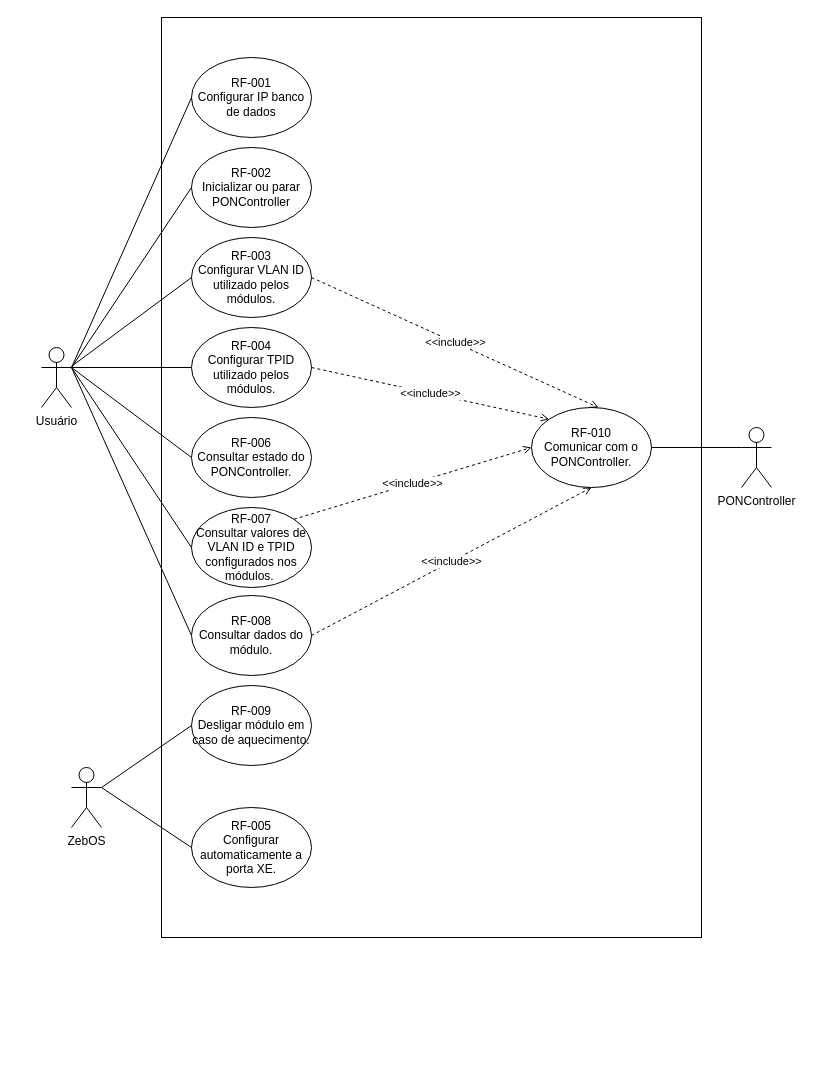
The draw.io diagram casos de uso.drawio in rodolfovick/requisitos, before the edit. Source tidied: cells renumbered, new cells numbered last; positions are measured from the earlier drawing's top-left corner, leaving out a move shared by most shapes. Both pictures are drawn from the tidied source at 100%, with x=0, y=0 at pixel (41, 17).
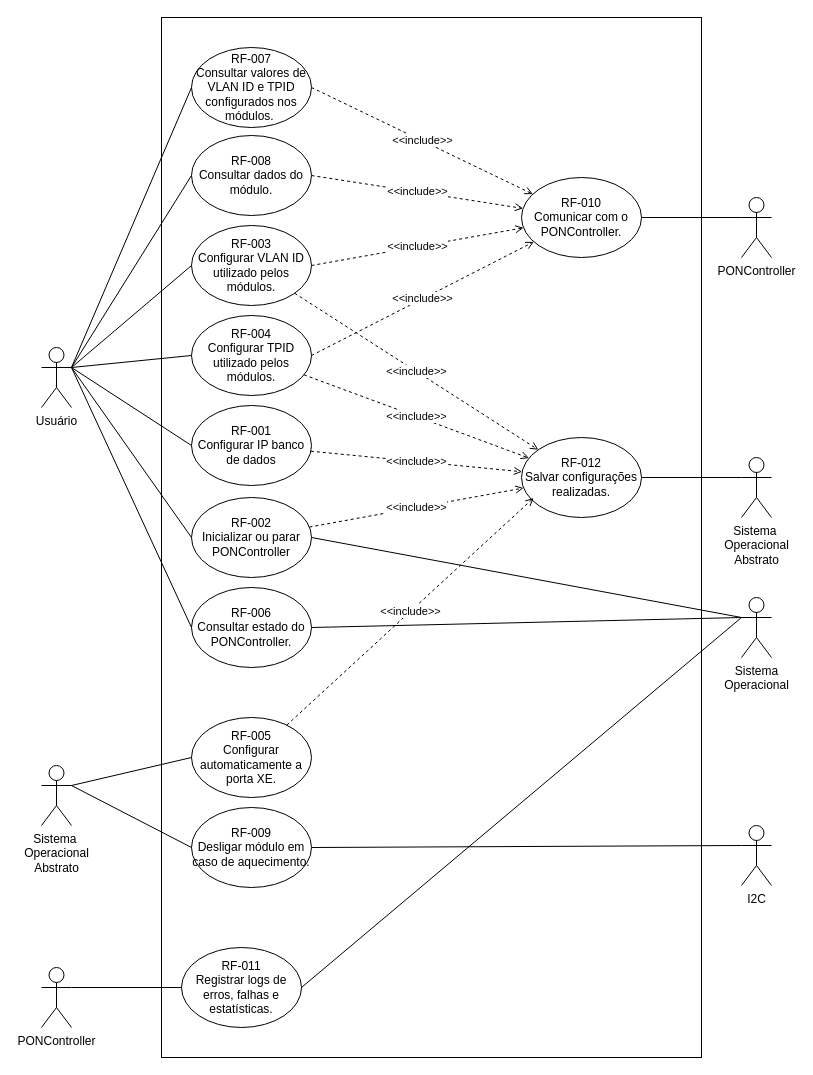
The same diagram, later.

Commit message:
Adicionando mais casos de uso.

Unchanged cells that the change refers to:
```xml
<mxCell id="3" value="Usuário&lt;br&gt;" style="shape=umlActor;verticalLabelPosition=bottom;verticalAlign=top;html=1;outlineConnect=0;fillColor=none;" parent="1" vertex="1">
  <mxGeometry y="330" width="30" height="60" as="geometry" />
</mxCell>
```

Diff of the diagram source:
```diff
@@
     <mxCell id="2" style="rounded=0;whiteSpace=wrap;html=1;fillColor=none;" parent="1" vertex="1">
-      <mxGeometry x="120" width="540" height="920" as="geometry" />
+      <mxGeometry x="120" width="540" height="1040" as="geometry" />
     </mxCell>
@@
     <mxCell id="4" value="RF-001&lt;br&gt;Configurar IP banco de dados" style="ellipse;whiteSpace=wrap;html=1;fillColor=none;" parent="1" vertex="1">
-      <mxGeometry x="150" y="40" width="120" height="80" as="geometry" />
+      <mxGeometry x="150" y="388" width="120" height="80" as="geometry" />
     </mxCell>
     <mxCell id="5" value="RF-002&lt;br&gt;Inicializar ou parar PONController" style="ellipse;whiteSpace=wrap;html=1;fillColor=none;" parent="1" vertex="1">
-      <mxGeometry x="150" y="130" width="120" height="80" as="geometry" />
+      <mxGeometry x="150" y="480" width="120" height="80" as="geometry" />
     </mxCell>
     <mxCell id="6" value="RF-003&lt;br&gt;Configurar VLAN ID utilizado pelos módulos." style="ellipse;whiteSpace=wrap;html=1;fillColor=none;" parent="1" vertex="1">
-      <mxGeometry x="150" y="220" width="120" height="80" as="geometry" />
+      <mxGeometry x="150" y="208" width="120" height="80" as="geometry" />
     </mxCell>
     <mxCell id="7" value="RF-004&lt;br&gt;Configurar TPID utilizado pelos módulos." style="ellipse;whiteSpace=wrap;html=1;fillColor=none;" parent="1" vertex="1">
-      <mxGeometry x="150" y="310" width="120" height="80" as="geometry" />
+      <mxGeometry x="150" y="298" width="120" height="80" as="geometry" />
     </mxCell>
     <mxCell id="8" value="RF-005&lt;br&gt;Configurar automaticamente a porta XE." style="ellipse;whiteSpace=wrap;html=1;fillColor=none;" parent="1" vertex="1">
-      <mxGeometry x="150" y="790" width="120" height="80" as="geometry" />
+      <mxGeometry x="150" y="700" width="120" height="80" as="geometry" />
     </mxCell>
     <mxCell id="9" value="RF-006&lt;br&gt;Consultar estado do PONController." style="ellipse;whiteSpace=wrap;html=1;fillColor=none;" parent="1" vertex="1">
-      <mxGeometry x="150" y="400" width="120" height="80" as="geometry" />
+      <mxGeometry x="150" y="570" width="120" height="80" as="geometry" />
     </mxCell>
     <mxCell id="10" value="RF-007&lt;br&gt;Consultar valores de VLAN ID e TPID configurados nos módulos.&amp;nbsp;" style="ellipse;whiteSpace=wrap;html=1;fillColor=none;" parent="1" vertex="1">
-      <mxGeometry x="150" y="490" width="120" height="80" as="geometry" />
+      <mxGeometry x="150" y="30" width="120" height="80" as="geometry" />
     </mxCell>
     <mxCell id="11" value="RF-008&lt;br&gt;Consultar dados do módulo." style="ellipse;whiteSpace=wrap;html=1;fillColor=none;" parent="1" vertex="1">
-      <mxGeometry x="150" y="578" width="120" height="80" as="geometry" />
+      <mxGeometry x="150" y="118" width="120" height="80" as="geometry" />
     </mxCell>
     <mxCell id="12" value="RF-009&lt;br&gt;Desligar módulo em caso de aquecimento." style="ellipse;whiteSpace=wrap;html=1;fillColor=none;" parent="1" vertex="1">
-      <mxGeometry x="150" y="668" width="120" height="80" as="geometry" />
+      <mxGeometry x="150" y="790" width="120" height="80" as="geometry" />
     </mxCell>
     <mxCell id="13" value="RF-010&lt;br&gt;Comunicar com o PONController." style="ellipse;whiteSpace=wrap;html=1;fillColor=none;" parent="1" vertex="1">
-      <mxGeometry x="490" y="390" width="120" height="80" as="geometry" />
+      <mxGeometry x="480" y="160" width="120" height="80" as="geometry" />
     </mxCell>
     <mxCell id="14" value="PONController" style="shape=umlActor;verticalLabelPosition=bottom;verticalAlign=top;html=1;outlineConnect=0;fillColor=none;" parent="1" vertex="1">
-      <mxGeometry x="700" y="410" width="30" height="60" as="geometry" />
+      <mxGeometry x="700" y="180" width="30" height="60" as="geometry" />
     </mxCell>
-    <mxCell id="15" value="ZebOS" style="shape=umlActor;verticalLabelPosition=bottom;verticalAlign=top;html=1;outlineConnect=0;fillColor=none;" parent="1" vertex="1">
-      <mxGeometry x="30" y="750" width="30" height="60" as="geometry" />
+    <mxCell id="15" value="Sistema&amp;nbsp;&lt;br&gt;Operacional&lt;br&gt;Abstrato" style="shape=umlActor;verticalLabelPosition=bottom;verticalAlign=top;html=1;outlineConnect=0;fillColor=none;" parent="1" vertex="1">
+      <mxGeometry y="748" width="30" height="60" as="geometry" />
     </mxCell>
@@
-    <mxCell id="21" style="endArrow=none;html=1;entryX=0;entryY=0.5;entryDx=0;entryDy=0;" parent="1" edge="1" source="3" target="6">
+    <mxCell id="21" style="endArrow=none;html=1;entryX=0;entryY=0.5;entryDx=0;entryDy=0;exitX=1;exitY=0.3333333333333333;exitDx=0;exitDy=0;exitPerimeter=0;" parent="1" edge="1" source="3" target="6">
       <mxGeometry relative="1" as="geometry" />
     </mxCell>
@@
-    <mxCell id="25" value="&amp;lt;&amp;lt;include&amp;gt;&amp;gt;" style="endArrow=open;html=1;dashed=1;endFill=0;entryX=0;entryY=0.5;entryDx=0;entryDy=0;exitX=1;exitY=0;exitDx=0;exitDy=0;" parent="1" edge="1" source="10" target="13">
+    <mxCell id="25" value="&amp;lt;&amp;lt;include&amp;gt;&amp;gt;" style="endArrow=open;html=1;dashed=1;endFill=0;exitX=1;exitY=0.5;exitDx=0;exitDy=0;" parent="1" edge="1" source="10" target="13">
       <mxGeometry relative="1" as="geometry" />
     </mxCell>
-    <mxCell id="26" value="&amp;lt;&amp;lt;include&amp;gt;&amp;gt;" style="endArrow=open;html=1;dashed=1;endFill=0;entryX=0;entryY=0;entryDx=0;entryDy=0;exitX=1;exitY=0.5;exitDx=0;exitDy=0;" parent="1" edge="1" source="7" target="13">
+    <mxCell id="26" value="&amp;lt;&amp;lt;include&amp;gt;&amp;gt;" style="endArrow=open;html=1;dashed=1;endFill=0;exitX=1;exitY=0.5;exitDx=0;exitDy=0;" parent="1" edge="1" source="7" target="13">
       <mxGeometry relative="1" as="geometry" />
     </mxCell>
-    <mxCell id="27" value="&amp;lt;&amp;lt;include&amp;gt;&amp;gt;" style="endArrow=open;html=1;dashed=1;endFill=0;entryX=0.558;entryY=0;entryDx=0;entryDy=0;exitX=1;exitY=0.5;exitDx=0;exitDy=0;entryPerimeter=0;" parent="1" edge="1" source="6" target="13">
+    <mxCell id="27" value="&amp;lt;&amp;lt;include&amp;gt;&amp;gt;" style="endArrow=open;html=1;dashed=1;endFill=0;exitX=1;exitY=0.5;exitDx=0;exitDy=0;" parent="1" edge="1" source="6" target="13">
       <mxGeometry relative="1" as="geometry" />
     </mxCell>
-    <mxCell id="28" value="&amp;lt;&amp;lt;include&amp;gt;&amp;gt;" style="endArrow=open;html=1;dashed=1;endFill=0;entryX=0.5;entryY=1;entryDx=0;entryDy=0;exitX=1;exitY=0.5;exitDx=0;exitDy=0;" parent="1" edge="1" source="11" target="13">
+    <mxCell id="28" value="&amp;lt;&amp;lt;include&amp;gt;&amp;gt;" style="endArrow=open;html=1;dashed=1;endFill=0;exitX=1;exitY=0.5;exitDx=0;exitDy=0;" parent="1" edge="1" source="11" target="13">
       <mxGeometry relative="1" as="geometry" />
     </mxCell>
@@
+    <mxCell id="30" value="I2C" style="shape=umlActor;verticalLabelPosition=bottom;verticalAlign=top;html=1;outlineConnect=0;" parent="1" vertex="1">
+      <mxGeometry x="700" y="808" width="30" height="60" as="geometry" />
+    </mxCell>
+    <mxCell id="31" style="endArrow=none;html=1;exitX=1;exitY=0.5;exitDx=0;exitDy=0;entryX=0;entryY=0.3333333333333333;entryDx=0;entryDy=0;entryPerimeter=0;" parent="1" edge="1" source="12" target="30">
+      <mxGeometry relative="1" as="geometry" />
+    </mxCell>
+    <mxCell id="32" value="Sistema&lt;br&gt;Operacional" style="shape=umlActor;verticalLabelPosition=bottom;verticalAlign=top;html=1;outlineConnect=0;" parent="1" vertex="1">
+      <mxGeometry x="700" y="580" width="30" height="60" as="geometry" />
+    </mxCell>
+    <mxCell id="33" style="endArrow=none;html=1;exitX=1;exitY=0.5;exitDx=0;exitDy=0;entryX=0;entryY=0.3333333333333333;entryDx=0;entryDy=0;entryPerimeter=0;" parent="1" edge="1" source="5" target="32">
+      <mxGeometry relative="1" as="geometry" />
+    </mxCell>
+    <mxCell id="34" style="endArrow=none;html=1;exitX=1;exitY=0.5;exitDx=0;exitDy=0;entryX=0;entryY=0.3333333333333333;entryDx=0;entryDy=0;entryPerimeter=0;" parent="1" edge="1" source="9" target="32">
+      <mxGeometry relative="1" as="geometry" />
+    </mxCell>
+    <mxCell id="35" value="RF-012&lt;br&gt;Salvar configurações realizadas." style="ellipse;whiteSpace=wrap;html=1;" parent="1" vertex="1">
+      <mxGeometry x="480" y="420" width="120" height="80" as="geometry" />
+    </mxCell>
+    <mxCell id="36" value="&amp;lt;&amp;lt;include&amp;gt;&amp;gt;" style="endArrow=open;html=1;dashed=1;endFill=0;" parent="1" edge="1" source="4" target="35">
+      <mxGeometry relative="1" as="geometry" />
+    </mxCell>
+    <mxCell id="37" value="&amp;lt;&amp;lt;include&amp;gt;&amp;gt;" style="endArrow=open;html=1;dashed=1;endFill=0;" parent="1" edge="1" source="7" target="35">
+      <mxGeometry relative="1" as="geometry" />
+    </mxCell>
+    <mxCell id="38" value="&amp;lt;&amp;lt;include&amp;gt;&amp;gt;" style="endArrow=open;html=1;dashed=1;endFill=0;" parent="1" edge="1" source="6" target="35">
+      <mxGeometry relative="1" as="geometry" />
+    </mxCell>
+    <mxCell id="39" value="&amp;lt;&amp;lt;include&amp;gt;&amp;gt;" style="endArrow=open;html=1;dashed=1;endFill=0;" parent="1" edge="1" source="5" target="35">
+      <mxGeometry relative="1" as="geometry" />
+    </mxCell>
+    <mxCell id="40" value="&amp;lt;&amp;lt;include&amp;gt;&amp;gt;" style="endArrow=open;html=1;dashed=1;endFill=0;" parent="1" edge="1" source="8">
+      <mxGeometry relative="1" as="geometry">
+        <mxPoint x="492.1" y="480.5" as="targetPoint" />
+      </mxGeometry>
+    </mxCell>
+    <mxCell id="41" value="PONController" style="shape=umlActor;verticalLabelPosition=bottom;verticalAlign=top;html=1;outlineConnect=0;fillColor=none;" parent="1" vertex="1">
+      <mxGeometry y="950" width="30" height="60" as="geometry" />
+    </mxCell>
+    <mxCell id="42" value="RF-011&lt;br&gt;Registrar logs de erros, falhas e estatísticas." style="ellipse;whiteSpace=wrap;html=1;" parent="1" vertex="1">
+      <mxGeometry x="140" y="930" width="120" height="80" as="geometry" />
+    </mxCell>
+    <mxCell id="43" style="endArrow=none;html=1;exitX=1;exitY=0.3333333333333333;exitDx=0;exitDy=0;exitPerimeter=0;entryX=0;entryY=0.5;entryDx=0;entryDy=0;" parent="1" edge="1" source="41" target="42">
+      <mxGeometry relative="1" as="geometry" />
+    </mxCell>
+    <mxCell id="44" style="endArrow=none;html=1;exitX=1;exitY=0.5;exitDx=0;exitDy=0;entryX=0;entryY=0.3333333333333333;entryDx=0;entryDy=0;entryPerimeter=0;" parent="1" edge="1" source="42" target="32">
+      <mxGeometry relative="1" as="geometry" />
+    </mxCell>
+    <mxCell id="45" value="Sistema&amp;nbsp;&lt;br&gt;Operacional&lt;br&gt;Abstrato" style="shape=umlActor;verticalLabelPosition=bottom;verticalAlign=top;html=1;outlineConnect=0;fillColor=none;" parent="1" vertex="1">
+      <mxGeometry x="700" y="440" width="30" height="60" as="geometry" />
+    </mxCell>
+    <mxCell id="46" style="endArrow=none;html=1;entryX=1;entryY=0.5;entryDx=0;entryDy=0;exitX=0;exitY=0.3333333333333333;exitDx=0;exitDy=0;exitPerimeter=0;" parent="1" edge="1" source="45" target="35">
+      <mxGeometry relative="1" as="geometry" />
+    </mxCell>
```
